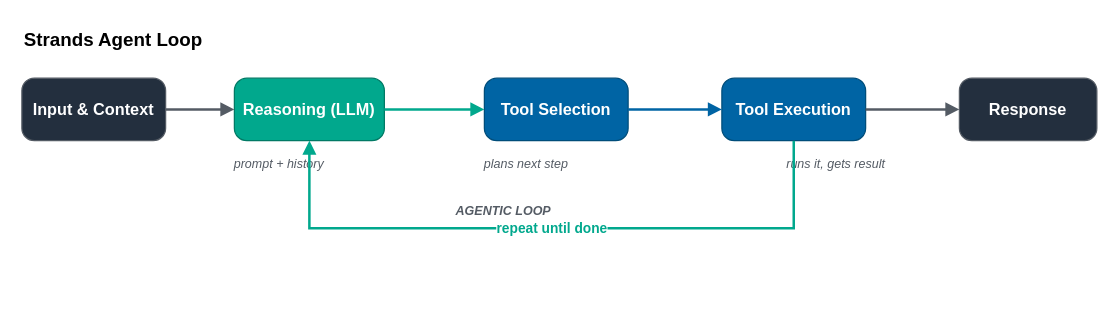
aws-samples/sample-multi-agent-systems-with-strands-workshop keeps this draw.io diagram as samples/01-strands-foundations/agent-loop.drawio. Above is the earlier version. Source tidied: cells renumbered, new cells numbered last; positions are measured from the earlier drawing's top-left corner, leaving out a move shared by most shapes. Both pictures are drawn from the tidied source at 125%, with x=0, y=0 at pixel (21, 21).
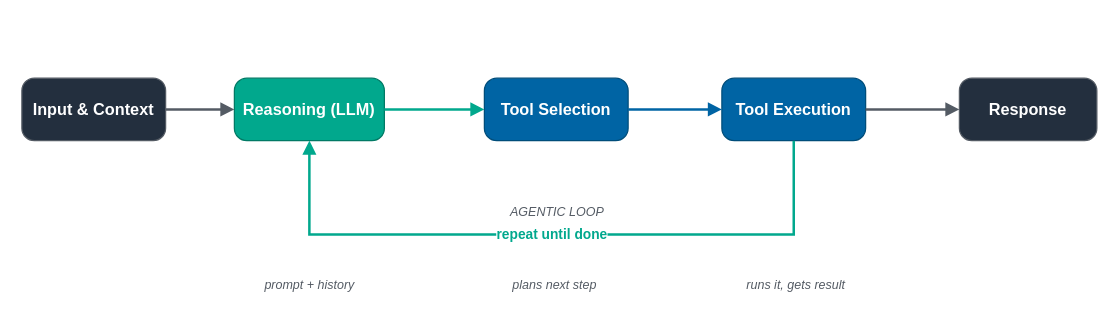
The same diagram, later.

The edit, as a diff of the source:
```diff
@@
 <mxGraphModel>
   <root>
     <mxCell id="0" />
     <mxCell id="1" parent="0" />
-    <mxCell id="2" value="Strands Agent Loop" style="text;html=1;align=left;verticalAlign=middle;fontSize=15;fontStyle=1;fillColor=none;strokeColor=none;" parent="1" vertex="1">
-      <mxGeometry width="680" height="28" as="geometry" />
-    </mxCell>
     <mxCell id="3" value="Input &amp; Context" style="rounded=1;whiteSpace=wrap;html=1;fillColor=#232F3E;strokeColor=#545B64;fontColor=#ffffff;fontSize=13;fontStyle=1;arcSize=20;" parent="1" vertex="1">
       <mxGeometry y="45" width="115" height="50" as="geometry" />
     </mxCell>
     <mxCell id="4" value="Reasoning (LLM)" style="rounded=1;whiteSpace=wrap;html=1;fillColor=#01A88D;strokeColor=#017A65;fontColor=#ffffff;fontSize=13;fontStyle=1;arcSize=20;" parent="1" vertex="1">
       <mxGeometry x="170" y="45" width="120" height="50" as="geometry" />
     </mxCell>
     <mxCell id="5" value="Tool Selection" style="rounded=1;whiteSpace=wrap;html=1;fillColor=#0064A4;strokeColor=#004D7A;fontColor=#ffffff;fontSize=13;fontStyle=1;arcSize=20;" parent="1" vertex="1">
       <mxGeometry x="370" y="45" width="115" height="50" as="geometry" />
     </mxCell>
     <mxCell id="6" value="Tool Execution" style="rounded=1;whiteSpace=wrap;html=1;fillColor=#0064A4;strokeColor=#004D7A;fontColor=#ffffff;fontSize=13;fontStyle=1;arcSize=20;" parent="1" vertex="1">
       <mxGeometry x="560" y="45" width="115" height="50" as="geometry" />
     </mxCell>
     <mxCell id="7" value="Response" style="rounded=1;whiteSpace=wrap;html=1;fillColor=#232F3E;strokeColor=#545B64;fontColor=#ffffff;fontSize=13;fontStyle=1;arcSize=20;" parent="1" vertex="1">
       <mxGeometry x="750" y="45" width="110" height="50" as="geometry" />
     </mxCell>
     <mxCell id="8" style="edgeStyle=orthogonalEdgeStyle;rounded=0;jettySize=auto;html=1;flowAnimation=1;strokeWidth=2;strokeColor=#545B64;endArrow=block;endFill=1;" parent="1" edge="1" source="3" target="4">
       <mxGeometry relative="1" as="geometry" />
     </mxCell>
     <mxCell id="9" style="edgeStyle=orthogonalEdgeStyle;rounded=0;jettySize=auto;html=1;flowAnimation=1;strokeWidth=2;strokeColor=#01A88D;endArrow=block;endFill=1;" parent="1" edge="1" source="4" target="5">
       <mxGeometry relative="1" as="geometry" />
     </mxCell>
     <mxCell id="10" style="edgeStyle=orthogonalEdgeStyle;rounded=0;jettySize=auto;html=1;flowAnimation=1;strokeWidth=2;strokeColor=#0064A4;endArrow=block;endFill=1;" parent="1" edge="1" source="5" target="6">
       <mxGeometry relative="1" as="geometry" />
     </mxCell>
     <mxCell id="11" style="edgeStyle=orthogonalEdgeStyle;rounded=0;jettySize=auto;html=1;flowAnimation=1;strokeWidth=2;strokeColor=#545B64;endArrow=block;endFill=1;" parent="1" edge="1" source="6" target="7">
       <mxGeometry relative="1" as="geometry" />
     </mxCell>
+    <mxCell id="15" value="repeat until done" style="edgeStyle=orthogonalEdgeStyle;rounded=0;jettySize=auto;html=1;flowAnimation=1;strokeWidth=2;strokeColor=#01A88D;endArrow=block;endFill=1;exitX=0.5;exitY=1;exitDx=0;exitDy=0;entryX=0.5;entryY=1;entryDx=0;entryDy=0;fontSize=11;fontColor=#01A88D;fontStyle=1;" parent="1" edge="1" source="6" target="4">
+      <mxGeometry relative="1" as="geometry">
+        <Array as="points">
+          <mxPoint x="617" y="170" />
+          <mxPoint x="230" y="170" />
+        </Array>
+      </mxGeometry>
+    </mxCell>
+    <mxCell id="16" value="AGENTIC LOOP" style="text;html=1;align=center;verticalAlign=middle;fontSize=10;fontStyle=2;fillColor=none;strokeColor=none;fontColor=#545B64;" parent="1" vertex="1">
+      <mxGeometry x="367.5" y="143" width="120" height="18" as="geometry" />
+    </mxCell>
-    <mxCell id="12" value="prompt + history" style="text;html=1;align=left;verticalAlign=middle;fontSize=10;fontStyle=2;fillColor=none;strokeColor=none;fontColor=#545B64;" parent="1" vertex="1">
-      <mxGeometry x="168" y="103" width="124" height="20" as="geometry" />
+    <mxCell id="12" value="prompt + history" style="text;html=1;align=center;verticalAlign=middle;fontSize=10;fontStyle=2;fillColor=none;strokeColor=none;fontColor=#545B64;" parent="1" vertex="1">
+      <mxGeometry x="166" y="200" width="128" height="20" as="geometry" />
     </mxCell>
-    <mxCell id="13" value="plans next step" style="text;html=1;align=left;verticalAlign=middle;fontSize=10;fontStyle=2;fillColor=none;strokeColor=none;fontColor=#545B64;" parent="1" vertex="1">
-      <mxGeometry x="368" y="103" width="117" height="20" as="geometry" />
+    <mxCell id="13" value="plans next step" style="text;html=1;align=center;verticalAlign=middle;fontSize=10;fontStyle=2;fillColor=none;strokeColor=none;fontColor=#545B64;" parent="1" vertex="1">
+      <mxGeometry x="366" y="200" width="119" height="20" as="geometry" />
     </mxCell>
-    <mxCell id="14" value="runs it, gets result" style="text;html=1;align=left;verticalAlign=middle;fontSize=10;fontStyle=2;fillColor=none;strokeColor=none;fontColor=#545B64;" parent="1" vertex="1">
-      <mxGeometry x="610" y="103" width="135" height="20" as="geometry" />
+    <mxCell id="14" value="runs it, gets result" style="text;html=1;align=center;verticalAlign=middle;fontSize=10;fontStyle=2;fillColor=none;strokeColor=none;fontColor=#545B64;" parent="1" vertex="1">
+      <mxGeometry x="556" y="200" width="125" height="20" as="geometry" />
     </mxCell>
-    <mxCell id="15" value="repeat until done" style="edgeStyle=orthogonalEdgeStyle;rounded=0;jettySize=auto;html=1;flowAnimation=1;strokeWidth=2;strokeColor=#01A88D;endArrow=block;endFill=1;exitX=0.5;exitY=1;exitDx=0;exitDy=0;entryX=0.5;entryY=1;entryDx=0;entryDy=0;fontSize=11;fontColor=#01A88D;fontStyle=1;" parent="1" edge="1" source="6" target="4">
-      <mxGeometry relative="1" as="geometry">
-        <Array as="points">
-          <mxPoint x="617" y="165" />
-          <mxPoint x="230" y="165" />
-        </Array>
-      </mxGeometry>
-    </mxCell>
-    <mxCell id="16" value="AGENTIC LOOP" style="text;html=1;align=center;verticalAlign=middle;fontSize=10;fontStyle=3;fillColor=none;strokeColor=none;fontColor=#545B64;" parent="1" vertex="1">
-      <mxGeometry x="325" y="142" width="120" height="18" as="geometry" />
-    </mxCell>
   </root>
 </mxGraphModel>
```
